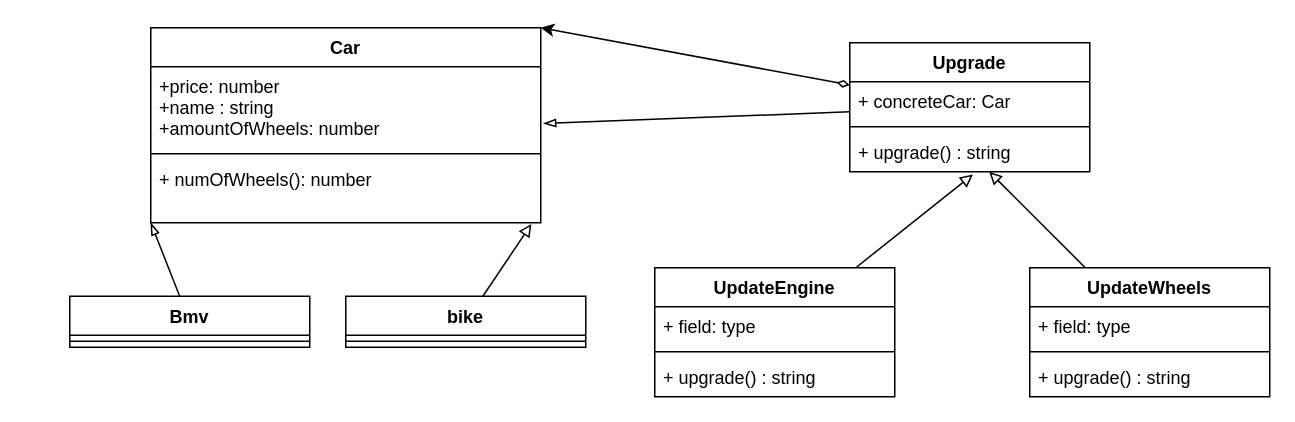
Before: Structural/Decorator/decorator.drawio in danil-jpg/MyPatterns, a draw.io diagram. Source tidied: cells renumbered, new cells numbered last; positions are measured from the earlier drawing's top-left corner, leaving out a move shared by most shapes. Both pictures are drawn from the tidied source at 150%, with x=0, y=0 at pixel (69, 27).
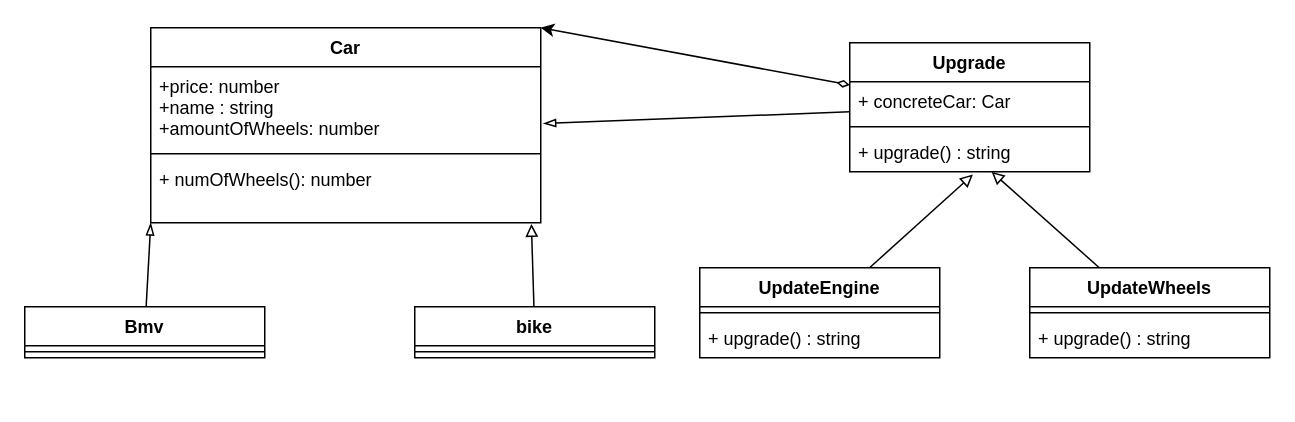
Above is the later version.

Diff of the diagram source:
```diff
@@
     <mxCell id="7" value="bike" style="swimlane;fontStyle=1;align=center;verticalAlign=top;horizontal=1;startSize=26;" parent="1" vertex="1">
-      <mxGeometry x="184" y="179" width="160" height="34" as="geometry" />
+      <mxGeometry x="230" y="186" width="160" height="34" as="geometry" />
     </mxCell>
@@
     <mxCell id="10" value="Bmv" style="swimlane;fontStyle=1;align=center;verticalAlign=top;horizontal=1;startSize=26;" parent="1" vertex="1">
-      <mxGeometry y="179" width="160" height="34" as="geometry" />
+      <mxGeometry x="-30" y="186" width="160" height="34" as="geometry" />
     </mxCell>
@@
     <mxCell id="19" value="UpdateEngine" style="swimlane;fontStyle=1;align=center;verticalAlign=top;horizontal=1;startSize=26;" parent="1" vertex="1">
-      <mxGeometry x="390" y="160" width="160" height="86" as="geometry" />
+      <mxGeometry x="420" y="160" width="160" height="60" as="geometry" />
     </mxCell>
-    <mxCell id="20" value="+ field: type" style="text;strokeColor=none;fillColor=none;align=left;verticalAlign=top;spacingLeft=4;spacingRight=4;overflow=hidden;" parent="19" vertex="1">
-      <mxGeometry y="26" width="160" height="26" as="geometry" />
-    </mxCell>
     <mxCell id="21" style="line;strokeWidth=1;fillColor=none;align=left;verticalAlign=middle;spacingTop=-1;spacingLeft=3;spacingRight=3;labelPosition=right;" parent="19" vertex="1">
-      <mxGeometry y="52" width="160" height="8" as="geometry" />
+      <mxGeometry y="26" width="160" height="8" as="geometry" />
     </mxCell>
     <mxCell id="22" value="+ upgrade() : string" style="text;strokeColor=none;fillColor=none;align=left;verticalAlign=top;spacingLeft=4;spacingRight=4;overflow=hidden;" parent="19" vertex="1">
-      <mxGeometry y="60" width="160" height="26" as="geometry" />
+      <mxGeometry y="34" width="160" height="26" as="geometry" />
     </mxCell>
@@
     <mxCell id="24" value="UpdateWheels" style="swimlane;fontStyle=1;align=center;verticalAlign=top;horizontal=1;startSize=26;" parent="1" vertex="1">
-      <mxGeometry x="640" y="160" width="160" height="86" as="geometry" />
+      <mxGeometry x="640" y="160" width="160" height="60" as="geometry" />
     </mxCell>
-    <mxCell id="25" value="+ field: type" style="text;strokeColor=none;fillColor=none;align=left;verticalAlign=top;spacingLeft=4;spacingRight=4;overflow=hidden;" parent="24" vertex="1">
-      <mxGeometry y="26" width="160" height="26" as="geometry" />
-    </mxCell>
     <mxCell id="26" style="line;strokeWidth=1;fillColor=none;align=left;verticalAlign=middle;spacingTop=-1;spacingLeft=3;spacingRight=3;labelPosition=right;" parent="24" vertex="1">
-      <mxGeometry y="52" width="160" height="8" as="geometry" />
+      <mxGeometry y="26" width="160" height="8" as="geometry" />
     </mxCell>
     <mxCell id="27" value="+ upgrade() : string" style="text;strokeColor=none;fillColor=none;align=left;verticalAlign=top;spacingLeft=4;spacingRight=4;overflow=hidden;" parent="24" vertex="1">
-      <mxGeometry y="60" width="160" height="26" as="geometry" />
+      <mxGeometry y="34" width="160" height="26" as="geometry" />
     </mxCell>
```
